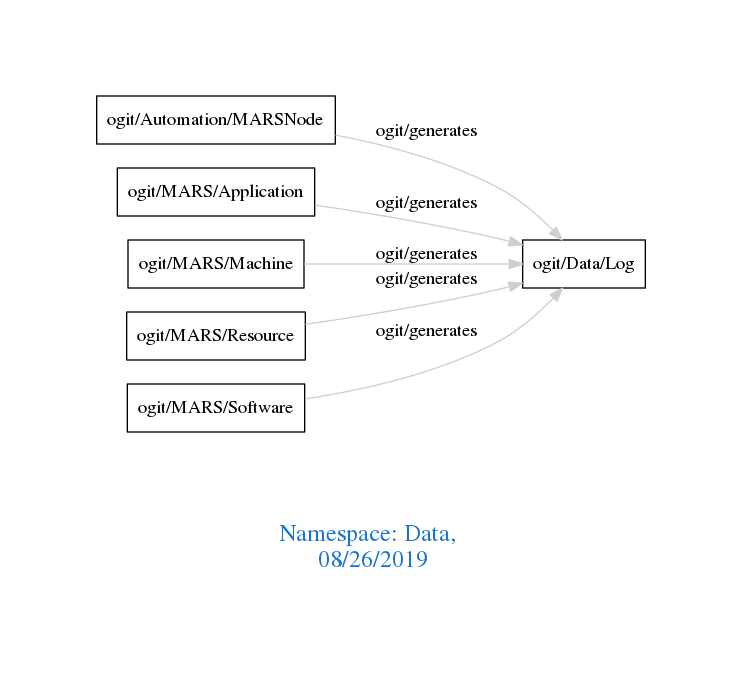
Before: downloads/Data.png, a diagram exported from Graphviz (arago/OGIT). Its source is kept beside it as downloads/Data.dot.
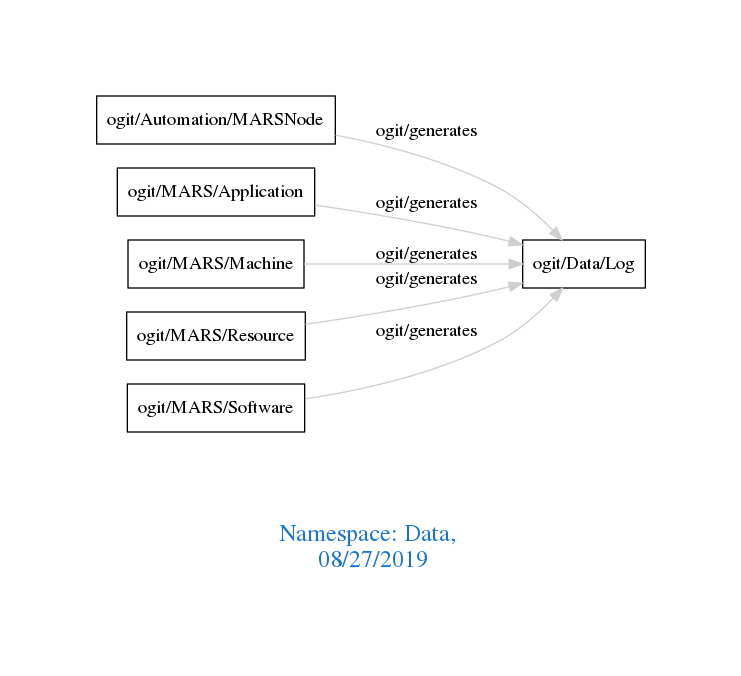
After the commit.

What changed in the source:
```diff
@@ -1,7 +1,7 @@
 digraph OGIT_ontology {
  graph [ rankdir= LR,pad=1
 fontsize = 18,
-fontcolor= dodgerblue3,label = "\n\n\nNamespace: Data, \n 08/26/2019"];
+fontcolor= dodgerblue3,label = "\n\n\nNamespace: Data, \n 08/27/2019"];
 node[shape=polygon];
 edge [  color="gray81"];
 
```
